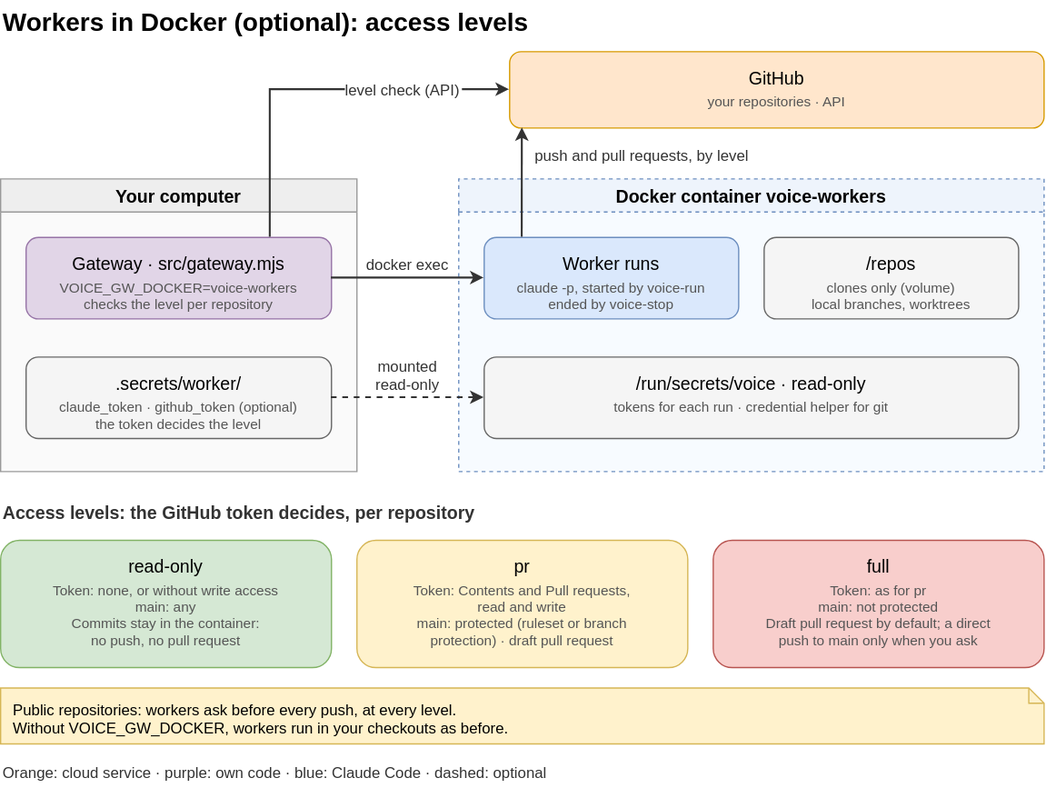
The draw.io diagram docs/docker.drawio.svg in alderg/cc-voice-gateway, before a commit. Source tidied: cells renumbered, new cells last; positions are measured from the earlier drawing's top-left corner, leaving out a move shared by most shapes.
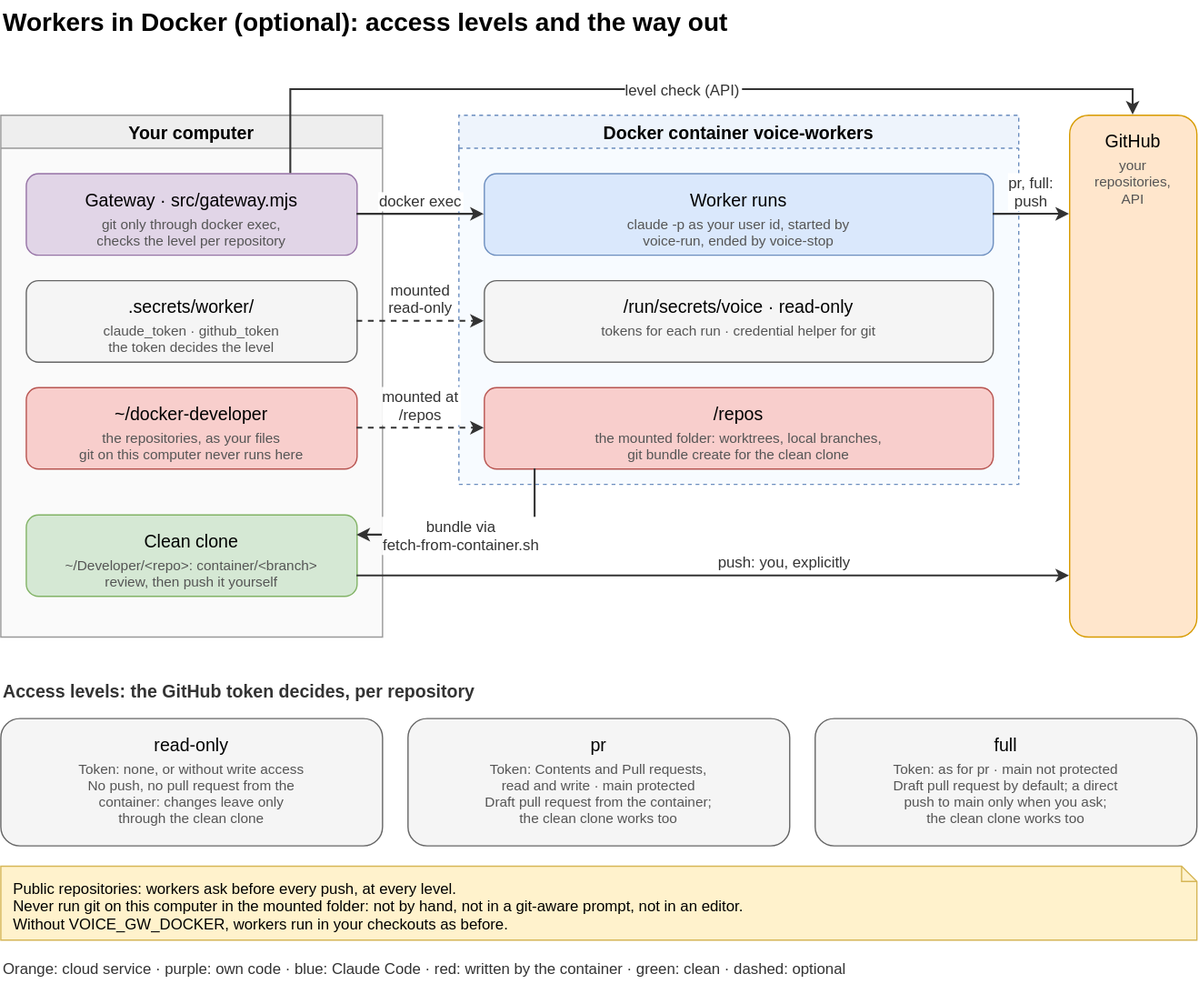
Later version of the same file.

Commit message:
Docker: repositories in a mounted host folder, your user id, a clean clone

Diff of the diagram source:
```diff
@@ -2,77 +2,89 @@
   <root>
     <mxCell id="0" />
     <mxCell id="1" parent="0" />
-    <mxCell id="2" value="Workers in Docker (optional): access levels" style="text;html=0;fontSize=20;align=left;verticalAlign=middle;strokeColor=none;fillColor=none;fontStyle=1;fontColor=#000000;" parent="1" vertex="1">
-      <mxGeometry width="820" height="30" as="geometry" />
+    <mxCell id="2" value="Workers in Docker (optional): access levels and the way out" style="text;html=0;fontSize=20;align=left;verticalAlign=middle;strokeColor=none;fillColor=none;fontStyle=1;fontColor=#000000;" parent="1" vertex="1">
+      <mxGeometry width="940" height="30" as="geometry" />
     </mxCell>
     <mxCell id="3" value="GitHub" style="rounded=1;html=0;fontSize=14;fillColor=#ffe6cc;strokeColor=#d79b00;fontStyle=0;verticalAlign=top;spacingTop=6.9;" parent="1" vertex="1">
-      <mxGeometry x="400" y="40" width="420" height="60" as="geometry" />
+      <mxGeometry x="840" y="90" width="100" height="410" as="geometry" />
     </mxCell>
-    <mxCell id="4" value="your repositories · API" style="text;html=0;fontSize=11;fontColor=#555555;align=center;verticalAlign=top;spacing=0;strokeColor=none;fillColor=none;" parent="3" vertex="1">
-      <mxGeometry y="28.7" width="420" height="13.2" as="geometry" />
+    <mxCell id="4" value="your&#10;repositories,&#10;API" style="text;html=0;fontSize=11;fontColor=#555555;align=center;verticalAlign=top;spacing=0;strokeColor=none;fillColor=none;" parent="3" vertex="1">
+      <mxGeometry y="28.7" width="100" height="39.6" as="geometry" />
     </mxCell>
     <mxCell id="5" value="Your computer" style="swimlane;startSize=26;html=0;fontSize=14;fontStyle=1;fillColor=#eeeeee;strokeColor=#999999;swimlaneFillColor=#fafafa;rounded=0;" parent="1" vertex="1">
-      <mxGeometry y="140" width="280" height="230" as="geometry" />
+      <mxGeometry y="90" width="300" height="410" as="geometry" />
     </mxCell>
     <mxCell id="6" value="Gateway · src/gateway.mjs" style="rounded=1;html=0;fontSize=14;fillColor=#e1d5e7;strokeColor=#9673a6;fontStyle=0;verticalAlign=top;spacingTop=6.9;" parent="5" vertex="1">
-      <mxGeometry x="20" y="46" width="240" height="64" as="geometry" />
+      <mxGeometry x="20" y="46" width="260" height="64" as="geometry" />
     </mxCell>
-    <mxCell id="7" value="VOICE_GW_DOCKER=voice-workers&#10;checks the level per repository" style="text;html=0;fontSize=11;fontColor=#555555;align=center;verticalAlign=top;spacing=0;strokeColor=none;fillColor=none;" parent="6" vertex="1">
-      <mxGeometry y="28.7" width="240" height="26.4" as="geometry" />
+    <mxCell id="7" value="git only through docker exec,&#10;checks the level per repository" style="text;html=0;fontSize=11;fontColor=#555555;align=center;verticalAlign=top;spacing=0;strokeColor=none;fillColor=none;" parent="6" vertex="1">
+      <mxGeometry y="28.7" width="260" height="26.4" as="geometry" />
     </mxCell>
     <mxCell id="8" value=".secrets/worker/" style="rounded=1;html=0;fontSize=14;fillColor=#f5f5f5;strokeColor=#666666;fontStyle=0;verticalAlign=top;spacingTop=6.9;" parent="5" vertex="1">
-      <mxGeometry x="20" y="140" width="240" height="64" as="geometry" />
+      <mxGeometry x="20" y="130" width="260" height="64" as="geometry" />
     </mxCell>
-    <mxCell id="9" value="claude_token · github_token (optional)&#10;the token decides the level" style="text;html=0;fontSize=11;fontColor=#555555;align=center;verticalAlign=top;spacing=0;strokeColor=none;fillColor=none;" parent="8" vertex="1">
-      <mxGeometry y="28.7" width="240" height="26.4" as="geometry" />
+    <mxCell id="9" value="claude_token · github_token&#10;the token decides the level" style="text;html=0;fontSize=11;fontColor=#555555;align=center;verticalAlign=top;spacing=0;strokeColor=none;fillColor=none;" parent="8" vertex="1">
+      <mxGeometry y="28.7" width="260" height="26.4" as="geometry" />
     </mxCell>
+    <mxCell id="30" value="~/docker-developer" style="rounded=1;html=0;fontSize=14;fillColor=#f8cecc;strokeColor=#b85450;fontStyle=0;verticalAlign=top;spacingTop=6.9;" parent="5" vertex="1">
+      <mxGeometry x="20" y="214" width="260" height="64" as="geometry" />
+    </mxCell>
+    <mxCell id="31" value="the repositories, as your files&#10;git on this computer never runs here" style="text;html=0;fontSize=11;fontColor=#555555;align=center;verticalAlign=top;spacing=0;strokeColor=none;fillColor=none;" parent="30" vertex="1">
+      <mxGeometry y="28.7" width="260" height="26.4" as="geometry" />
+    </mxCell>
+    <mxCell id="32" value="Clean clone" style="rounded=1;html=0;fontSize=14;fillColor=#d5e8d4;strokeColor=#82b366;fontStyle=0;verticalAlign=top;spacingTop=6.9;" parent="5" vertex="1">
+      <mxGeometry x="20" y="314" width="260" height="64" as="geometry" />
+    </mxCell>
+    <mxCell id="33" value="~/Developer/&lt;repo&gt;: container/&lt;branch&gt;&#10;review, then push it yourself" style="text;html=0;fontSize=11;fontColor=#555555;align=center;verticalAlign=top;spacing=0;strokeColor=none;fillColor=none;" parent="32" vertex="1">
+      <mxGeometry y="28.7" width="260" height="26.4" as="geometry" />
+    </mxCell>
     <mxCell id="10" value="Docker container voice-workers" style="swimlane;startSize=26;html=0;fontSize=14;fontStyle=1;fillColor=#eef4fc;strokeColor=#6c8ebf;swimlaneFillColor=#f7fbff;rounded=0;dashed=1;" parent="1" vertex="1">
-      <mxGeometry x="360" y="140" width="460" height="230" as="geometry" />
+      <mxGeometry x="360" y="90" width="440" height="290" as="geometry" />
     </mxCell>
     <mxCell id="11" value="Worker runs" style="rounded=1;html=0;fontSize=14;fillColor=#dae8fc;strokeColor=#6c8ebf;fontStyle=0;verticalAlign=top;spacingTop=6.9;" parent="10" vertex="1">
-      <mxGeometry x="20" y="46" width="200" height="64" as="geometry" />
+      <mxGeometry x="20" y="46" width="400" height="64" as="geometry" />
     </mxCell>
-    <mxCell id="12" value="claude -p, started by voice-run&#10;ended by voice-stop" style="text;html=0;fontSize=11;fontColor=#555555;align=center;verticalAlign=top;spacing=0;strokeColor=none;fillColor=none;" parent="11" vertex="1">
-      <mxGeometry y="28.7" width="200" height="26.4" as="geometry" />
+    <mxCell id="12" value="claude -p as your user id, started by&#10;voice-run, ended by voice-stop" style="text;html=0;fontSize=11;fontColor=#555555;align=center;verticalAlign=top;spacing=0;strokeColor=none;fillColor=none;" parent="11" vertex="1">
+      <mxGeometry y="28.7" width="400" height="26.4" as="geometry" />
     </mxCell>
+    <mxCell id="15" value="/run/secrets/voice · read-only" style="rounded=1;html=0;fontSize=14;fillColor=#f5f5f5;strokeColor=#666666;fontStyle=0;verticalAlign=top;spacingTop=6.9;" parent="10" vertex="1">
+      <mxGeometry x="20" y="130" width="400" height="64" as="geometry" />
+    </mxCell>
+    <mxCell id="16" value="tokens for each run · credential helper for git" style="text;html=0;fontSize=11;fontColor=#555555;align=center;verticalAlign=top;spacing=0;strokeColor=none;fillColor=none;" parent="15" vertex="1">
+      <mxGeometry y="28.7" width="400" height="13.2" as="geometry" />
+    </mxCell>
-    <mxCell id="13" value="/repos" style="rounded=1;html=0;fontSize=14;fillColor=#f5f5f5;strokeColor=#666666;fontStyle=0;verticalAlign=top;spacingTop=6.9;" parent="10" vertex="1">
-      <mxGeometry x="240" y="46" width="200" height="64" as="geometry" />
+    <mxCell id="13" value="/repos" style="rounded=1;html=0;fontSize=14;fillColor=#f8cecc;strokeColor=#b85450;fontStyle=0;verticalAlign=top;spacingTop=6.9;" parent="10" vertex="1">
+      <mxGeometry x="20" y="214" width="400" height="64" as="geometry" />
     </mxCell>
-    <mxCell id="14" value="clones only (volume)&#10;local branches, worktrees" style="text;html=0;fontSize=11;fontColor=#555555;align=center;verticalAlign=top;spacing=0;strokeColor=none;fillColor=none;" parent="13" vertex="1">
-      <mxGeometry y="28.7" width="200" height="26.4" as="geometry" />
+    <mxCell id="14" value="the mounted folder: worktrees, local branches,&#10;git bundle create for the clean clone" style="text;html=0;fontSize=11;fontColor=#555555;align=center;verticalAlign=top;spacing=0;strokeColor=none;fillColor=none;" parent="13" vertex="1">
+      <mxGeometry y="28.7" width="400" height="26.4" as="geometry" />
     </mxCell>
-    <mxCell id="15" value="/run/secrets/voice · read-only" style="rounded=1;html=0;fontSize=14;fillColor=#f5f5f5;strokeColor=#666666;fontStyle=0;verticalAlign=top;spacingTop=6.9;" parent="10" vertex="1">
-      <mxGeometry x="20" y="140" width="420" height="64" as="geometry" />
-    </mxCell>
-    <mxCell id="16" value="tokens for each run · credential helper for git" style="text;html=0;fontSize=11;fontColor=#555555;align=center;verticalAlign=top;spacing=0;strokeColor=none;fillColor=none;" parent="15" vertex="1">
-      <mxGeometry y="28.7" width="420" height="13.2" as="geometry" />
-    </mxCell>
     <mxCell id="17" value="Access levels: the GitHub token decides, per repository" style="text;html=0;fontSize=14;align=left;verticalAlign=middle;strokeColor=none;fillColor=none;fontStyle=1;fontColor=#333333;" parent="1" vertex="1">
-      <mxGeometry y="390" width="600" height="24" as="geometry" />
+      <mxGeometry y="530" width="600" height="24" as="geometry" />
     </mxCell>
-    <mxCell id="18" value="read-only" style="rounded=1;html=0;fontSize=14;fillColor=#d5e8d4;strokeColor=#82b366;fontStyle=0;verticalAlign=top;spacingTop=6.9;" parent="1" vertex="1">
-      <mxGeometry y="424" width="260" height="100" as="geometry" />
+    <mxCell id="18" value="read-only" style="rounded=1;html=0;fontSize=14;fillColor=#f5f5f5;strokeColor=#666666;fontStyle=0;verticalAlign=top;spacingTop=6.9;" parent="1" vertex="1">
+      <mxGeometry y="564" width="300" height="100" as="geometry" />
     </mxCell>
-    <mxCell id="19" value="Token: none, or without write access&#10;main: any&#10;Commits stay in the container:&#10;no push, no pull request" style="text;html=0;fontSize=11;fontColor=#555555;align=center;verticalAlign=top;spacing=0;strokeColor=none;fillColor=none;" parent="18" vertex="1">
-      <mxGeometry y="28.7" width="260" height="52.8" as="geometry" />
+    <mxCell id="19" value="Token: none, or without write access&#10;No push, no pull request from the&#10;container: changes leave only&#10;through the clean clone" style="text;html=0;fontSize=11;fontColor=#555555;align=center;verticalAlign=top;spacing=0;strokeColor=none;fillColor=none;" parent="18" vertex="1">
+      <mxGeometry y="28.7" width="300" height="52.8" as="geometry" />
     </mxCell>
-    <mxCell id="20" value="pr" style="rounded=1;html=0;fontSize=14;fillColor=#fff2cc;strokeColor=#d6b656;fontStyle=0;verticalAlign=top;spacingTop=6.9;" parent="1" vertex="1">
-      <mxGeometry x="280" y="424" width="260" height="100" as="geometry" />
+    <mxCell id="20" value="pr" style="rounded=1;html=0;fontSize=14;fillColor=#f5f5f5;strokeColor=#666666;fontStyle=0;verticalAlign=top;spacingTop=6.9;" parent="1" vertex="1">
+      <mxGeometry x="320" y="564" width="300" height="100" as="geometry" />
     </mxCell>
-    <mxCell id="21" value="Token: Contents and Pull requests,&#10;read and write&#10;main: protected (ruleset or branch&#10;protection) · draft pull request" style="text;html=0;fontSize=11;fontColor=#555555;align=center;verticalAlign=top;spacing=0;strokeColor=none;fillColor=none;" parent="20" vertex="1">
-      <mxGeometry y="28.7" width="260" height="52.8" as="geometry" />
+    <mxCell id="21" value="Token: Contents and Pull requests,&#10;read and write · main protected&#10;Draft pull request from the container;&#10;the clean clone works too" style="text;html=0;fontSize=11;fontColor=#555555;align=center;verticalAlign=top;spacing=0;strokeColor=none;fillColor=none;" parent="20" vertex="1">
+      <mxGeometry y="28.7" width="300" height="52.8" as="geometry" />
     </mxCell>
-    <mxCell id="22" value="full" style="rounded=1;html=0;fontSize=14;fillColor=#f8cecc;strokeColor=#b85450;fontStyle=0;verticalAlign=top;spacingTop=6.9;" parent="1" vertex="1">
-      <mxGeometry x="560" y="424" width="260" height="100" as="geometry" />
+    <mxCell id="22" value="full" style="rounded=1;html=0;fontSize=14;fillColor=#f5f5f5;strokeColor=#666666;fontStyle=0;verticalAlign=top;spacingTop=6.9;" parent="1" vertex="1">
+      <mxGeometry x="640" y="564" width="300" height="100" as="geometry" />
     </mxCell>
-    <mxCell id="23" value="Token: as for pr&#10;main: not protected&#10;Draft pull request by default; a direct&#10;push to main only when you ask" style="text;html=0;fontSize=11;fontColor=#555555;align=center;verticalAlign=top;spacing=0;strokeColor=none;fillColor=none;" parent="22" vertex="1">
-      <mxGeometry y="28.7" width="260" height="52.8" as="geometry" />
+    <mxCell id="23" value="Token: as for pr · main not protected&#10;Draft pull request by default; a direct&#10;push to main only when you ask;&#10;the clean clone works too" style="text;html=0;fontSize=11;fontColor=#555555;align=center;verticalAlign=top;spacing=0;strokeColor=none;fillColor=none;" parent="22" vertex="1">
+      <mxGeometry y="28.7" width="300" height="52.8" as="geometry" />
     </mxCell>
-    <mxCell id="24" value="Public repositories: workers ask before every push, at every level.&#10;Without VOICE_GW_DOCKER, workers run in your checkouts as before." style="shape=note;size=12;html=0;fontSize=12;align=left;verticalAlign=top;spacingLeft=8;spacingTop=4;fillColor=#fff2cc;strokeColor=#d6b656;" parent="1" vertex="1">
-      <mxGeometry y="540" width="820" height="44" as="geometry" />
+    <mxCell id="24" value="Public repositories: workers ask before every push, at every level.&#10;Never run git on this computer in the mounted folder: not by hand, not in a git-aware prompt, not in an editor.&#10;Without VOICE_GW_DOCKER, workers run in your checkouts as before." style="shape=note;size=12;html=0;fontSize=12;align=left;verticalAlign=top;spacingLeft=8;spacingTop=4;fillColor=#fff2cc;strokeColor=#d6b656;" parent="1" vertex="1">
+      <mxGeometry y="680" width="940" height="58" as="geometry" />
     </mxCell>
-    <mxCell id="25" value="Orange: cloud service · purple: own code · blue: Claude Code · dashed: optional" style="text;html=0;fontSize=12;align=left;verticalAlign=middle;strokeColor=none;fillColor=none;fontStyle=0;fontColor=#333333;" parent="1" vertex="1">
-      <mxGeometry y="594" width="820" height="24" as="geometry" />
+    <mxCell id="25" value="Orange: cloud service · purple: own code · blue: Claude Code · red: written by the container · green: clean · dashed: optional" style="text;html=0;fontSize=12;align=left;verticalAlign=middle;strokeColor=none;fillColor=none;fontStyle=0;fontColor=#333333;" parent="1" vertex="1">
+      <mxGeometry y="748" width="940" height="24" as="geometry" />
     </mxCell>
     <mxCell id="26" value="docker exec" style="edgeStyle=none;rounded=0;html=0;endArrow=classic;endFill=1;startArrow=none;strokeColor=#333333;strokeWidth=1.5;fontSize=12;fontColor=#333333;labelBackgroundColor=#ffffff;exitX=1;exitY=0.5;exitDx=0;exitDy=0;entryX=0;entryY=0.5;entryDx=0;entryDy=0;" parent="1" edge="1" source="6" target="11">
       <mxGeometry relative="1" as="geometry">
@@ -84,17 +96,35 @@
         <mxPoint y="-18" as="offset" />
       </mxGeometry>
     </mxCell>
+    <mxCell id="34" value="mounted at&#10;/repos" style="edgeStyle=none;rounded=0;html=0;endArrow=classic;endFill=1;startArrow=none;strokeColor=#333333;strokeWidth=1.5;fontSize=12;fontColor=#333333;labelBackgroundColor=#ffffff;dashed=1;exitX=1;exitY=0.5;exitDx=0;exitDy=0;entryX=0;entryY=0.5;entryDx=0;entryDy=0;" parent="1" edge="1" source="30" target="13">
+      <mxGeometry relative="1" as="geometry">
+        <mxPoint y="-18" as="offset" />
+      </mxGeometry>
+    </mxCell>
-    <mxCell id="28" value="level check (API)" style="edgeStyle=none;rounded=0;html=0;endArrow=classic;endFill=1;startArrow=none;strokeColor=#333333;strokeWidth=1.5;fontSize=12;fontColor=#333333;labelBackgroundColor=#ffffff;exitX=0.8;exitY=0;exitDx=0;exitDy=0;entryX=0;entryY=0.5;entryDx=0;entryDy=0;" parent="1" edge="1" source="6" target="3">
-      <mxGeometry x="0.45" relative="1" as="geometry">
+    <mxCell id="28" value="level check (API)" style="edgeStyle=none;rounded=0;html=0;endArrow=classic;endFill=1;startArrow=none;strokeColor=#333333;strokeWidth=1.5;fontSize=12;fontColor=#333333;labelBackgroundColor=#ffffff;exitX=0.8;exitY=0;exitDx=0;exitDy=0;entryX=0.5;entryY=0;entryDx=0;entryDy=0;" parent="1" edge="1" source="6" target="3">
+      <mxGeometry relative="1" as="geometry">
         <Array as="points">
-          <mxPoint x="212" y="70" />
+          <mxPoint x="228" y="70" />
+          <mxPoint x="890" y="70" />
         </Array>
       </mxGeometry>
     </mxCell>
-    <mxCell id="29" value="push and pull requests, by level" style="edgeStyle=none;rounded=0;html=0;endArrow=classic;endFill=1;startArrow=none;strokeColor=#333333;strokeWidth=1.5;fontSize=12;fontColor=#333333;labelBackgroundColor=none;align=left;exitX=0.15;exitY=0;exitDx=0;exitDy=0;entryX=0.024;entryY=1;entryDx=0;entryDy=0;" parent="1" edge="1" source="11" target="3">
-      <mxGeometry x="0.5" relative="1" as="geometry">
-        <mxPoint x="8" as="offset" />
+    <mxCell id="29" value="pr, full:&#10;push" style="edgeStyle=none;rounded=0;html=0;endArrow=classic;endFill=1;startArrow=none;strokeColor=#333333;strokeWidth=1.5;fontSize=12;fontColor=#333333;labelBackgroundColor=#ffffff;exitX=1;exitY=0.5;exitDx=0;exitDy=0;entryX=0;entryY=0.19;entryDx=0;entryDy=0;" parent="1" edge="1" source="11" target="3">
+      <mxGeometry relative="1" as="geometry">
+        <mxPoint y="-18" as="offset" />
       </mxGeometry>
     </mxCell>
+    <mxCell id="35" value="bundle via&#10;fetch-from-container.sh" style="edgeStyle=none;rounded=0;html=0;endArrow=classic;endFill=1;startArrow=none;strokeColor=#333333;strokeWidth=1.5;fontSize=12;fontColor=#333333;labelBackgroundColor=#ffffff;exitX=0.1;exitY=1;exitDx=0;exitDy=0;entryX=1;entryY=0.25;entryDx=0;entryDy=0;" parent="1" edge="1" source="13" target="32">
+      <mxGeometry x="0.15" relative="1" as="geometry">
+        <Array as="points">
+          <mxPoint x="420" y="420" />
+        </Array>
+      </mxGeometry>
+    </mxCell>
+    <mxCell id="36" value="push: you, explicitly" style="edgeStyle=none;rounded=0;html=0;endArrow=classic;endFill=1;startArrow=none;strokeColor=#333333;strokeWidth=1.5;fontSize=12;fontColor=#333333;labelBackgroundColor=#ffffff;exitX=1;exitY=0.75;exitDx=0;exitDy=0;entryX=0;entryY=0.883;entryDx=0;entryDy=0;" parent="1" edge="1" source="32" target="3">
+      <mxGeometry x="0.2" relative="1" as="geometry">
+        <mxPoint y="-11" as="offset" />
+      </mxGeometry>
+    </mxCell>
   </root>
 </mxGraphModel>
```
